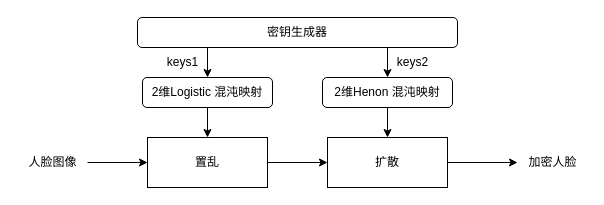
Before: page "加密" (5 of 5) of imgs/facechain.drawio in FadingLight9291117/draw.io, a draw.io diagram. Source tidied: cells renumbered, new cells numbered last; positions are measured from the earlier drawing's top-left corner, leaving out a move shared by most shapes. Both pictures are drawn from the tidied source at 100%, with x=0, y=0 at pixel (17, 17).
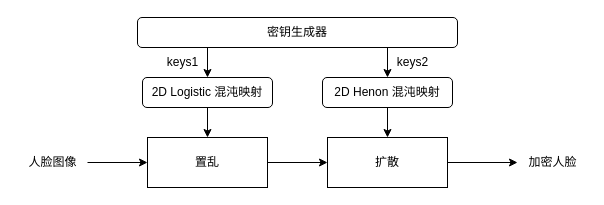
After the change.

The edit, as a diff of the source:
```diff
@@
-    <mxCell id="7" value="2维Logistic 混沌映射" style="rounded=1;whiteSpace=wrap;html=1;" parent="1" vertex="1">
+    <mxCell id="7" value="2D Logistic 混沌映射" style="rounded=1;whiteSpace=wrap;html=1;" parent="1" vertex="1">
       <mxGeometry x="125" y="60" width="130" height="30" as="geometry" />
     </mxCell>
@@
-    <mxCell id="9" value="2维Henon 混沌映射" style="rounded=1;whiteSpace=wrap;html=1;" parent="1" vertex="1">
+    <mxCell id="9" value="2D Henon 混沌映射" style="rounded=1;whiteSpace=wrap;html=1;" parent="1" vertex="1">
       <mxGeometry x="305" y="60" width="130" height="30" as="geometry" />
     </mxCell>
```
